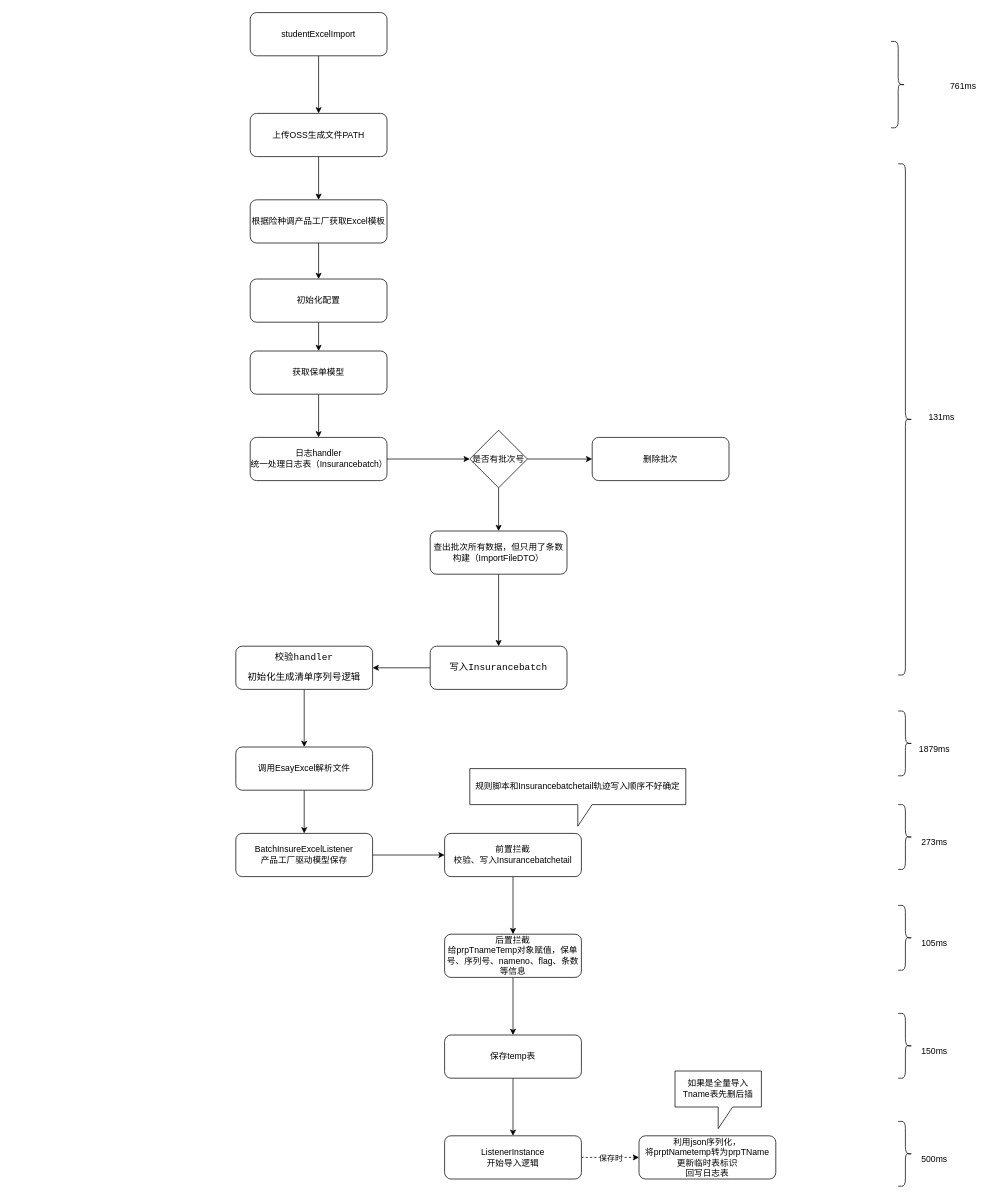
Before: page "第 1 页" (1 of 3) of 1701清单上传流程图.drawio in java-zengguang/images, a draw.io diagram. Source tidied: cells renumbered, new cells numbered last; positions are measured from the earlier drawing's top-left corner, leaving out a move shared by most shapes. Both pictures are drawn from the tidied source at 72%, with x=0, y=0 at pixel (235, 12).
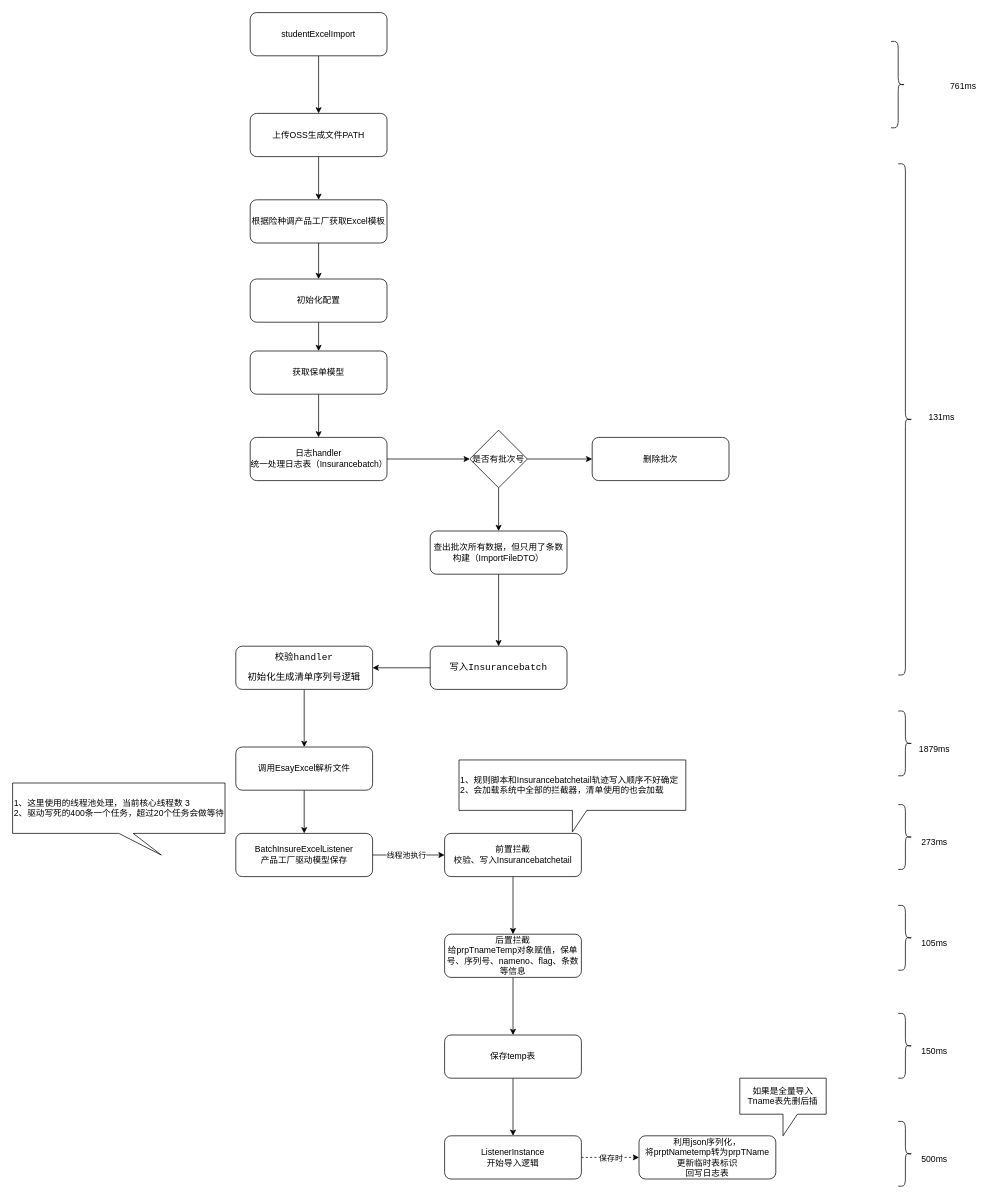
The same diagram, later.

The change refers to these unchanged cells:
```xml
<mxCell id="27" value="BatchInsureExcelListener&lt;div&gt;产品工厂驱动模型保存&lt;br&gt;&lt;/div&gt;" style="rounded=1;whiteSpace=wrap;html=1;" parent="1" vertex="1">
  <mxGeometry y="1140" width="190" height="60" as="geometry" />
</mxCell>
<mxCell id="29" value="前置拦截&lt;div&gt;校验、写入Insurancebatchetail&lt;/div&gt;" style="rounded=1;whiteSpace=wrap;html=1;" parent="1" vertex="1">
  <mxGeometry x="290" y="1140" width="190" height="60" as="geometry" />
</mxCell>
```

Diff of the diagram source:
```diff
@@
     <mxCell id="26" style="edgeStyle=orthogonalEdgeStyle;rounded=0;jettySize=auto;html=1;" parent="1" edge="1" source="27" target="29">
-      <mxGeometry relative="1" as="geometry" />
+      <mxGeometry relative="1" as="geometry">
+        <Array as="points">
+          <mxPoint x="240" y="1170" />
+          <mxPoint x="240" y="1170" />
+        </Array>
+      </mxGeometry>
     </mxCell>
+    <mxCell id="54" value="线程池执行" style="edgeLabel;html=1;align=center;verticalAlign=middle;" parent="26" vertex="1">
+      <mxGeometry x="-0.06" y="-2" relative="1" as="geometry">
+        <mxPoint x="-1" y="-2" as="offset" />
+      </mxGeometry>
+    </mxCell>
@@
     <mxCell id="36" value="如果是全量导入Tname表先删后插" style="shape=callout;whiteSpace=wrap;html=1;perimeter=calloutPerimeter;" parent="1" vertex="1">
-      <mxGeometry x="610" y="1470" width="120" height="80" as="geometry" />
+      <mxGeometry x="700" y="1480" width="120" height="80" as="geometry" />
     </mxCell>
-    <mxCell id="37" value="规则脚本和Insurancebatchetail轨迹写入顺序不好确定" style="shape=callout;whiteSpace=wrap;html=1;perimeter=calloutPerimeter;" parent="1" vertex="1">
-      <mxGeometry x="325" y="1050" width="300" height="80" as="geometry" />
+    <mxCell id="37" value="1、规则脚本和Insurancebatchetail轨迹写入顺序不好确定&lt;span style=&quot;background-color: initial;&quot;&gt;2、会加载系统中全部的拦截器，清单使用的也会加载&lt;/span&gt;" style="shape=callout;whiteSpace=wrap;html=1;perimeter=calloutPerimeter;align=left;" parent="1" vertex="1">
+      <mxGeometry x="310" y="1038" width="315" height="100" as="geometry" />
     </mxCell>
@@
+    <mxCell id="55" value="1、这里使用的线程池处理，当前核心线程数 3&lt;div&gt;2、驱动写死的400条一个任务，超过20个任务会做等待&lt;/div&gt;" style="shape=callout;whiteSpace=wrap;html=1;perimeter=calloutPerimeter;align=left;position2=0.7;" parent="1" vertex="1">
+      <mxGeometry x="-310" y="1070" width="295" height="100" as="geometry" />
+    </mxCell>
```
